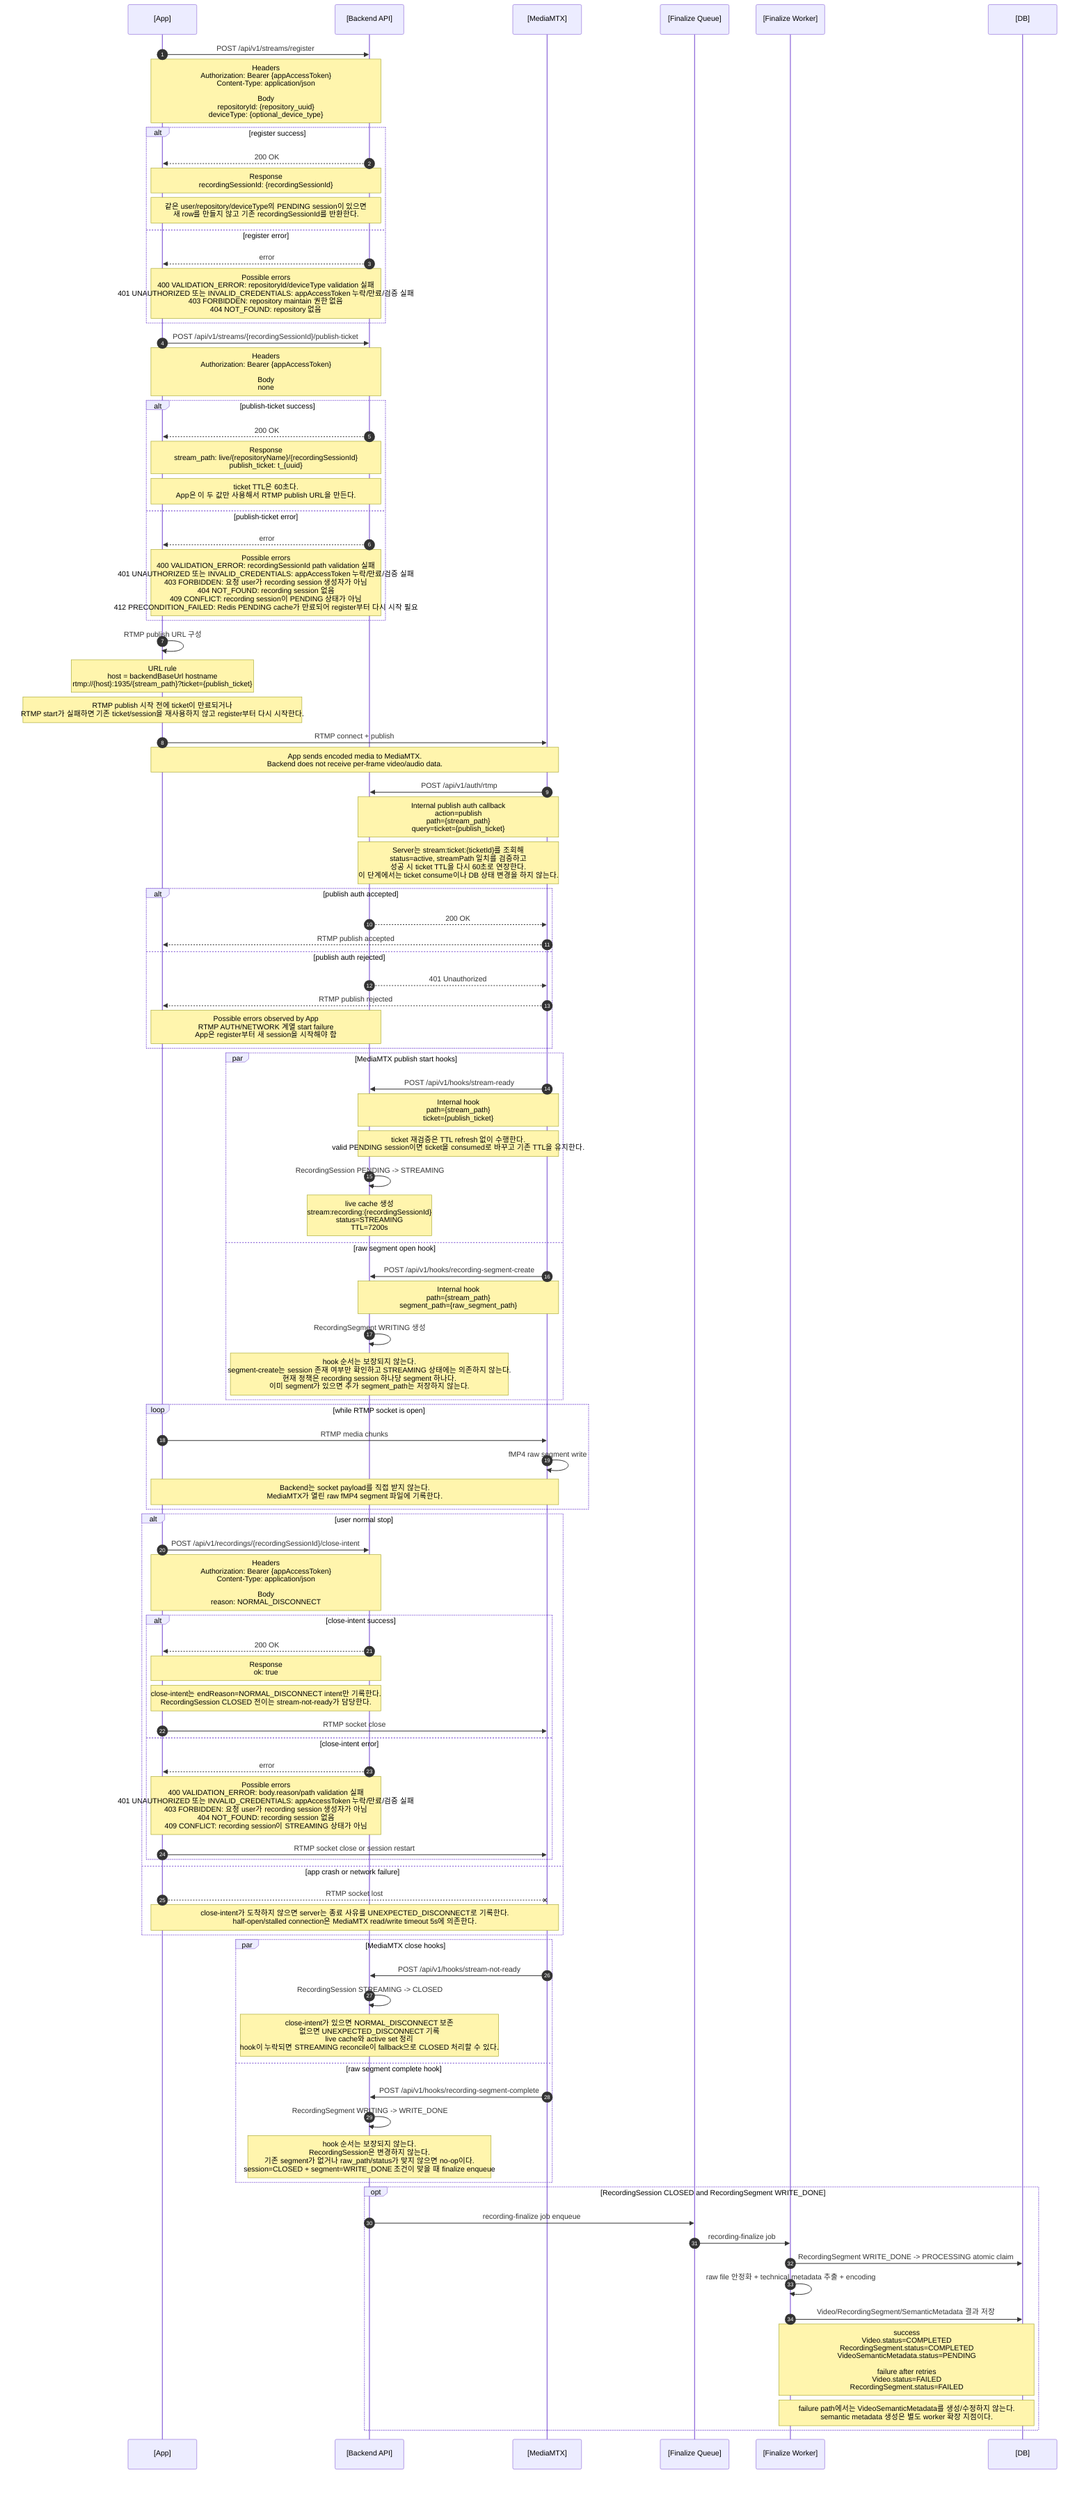
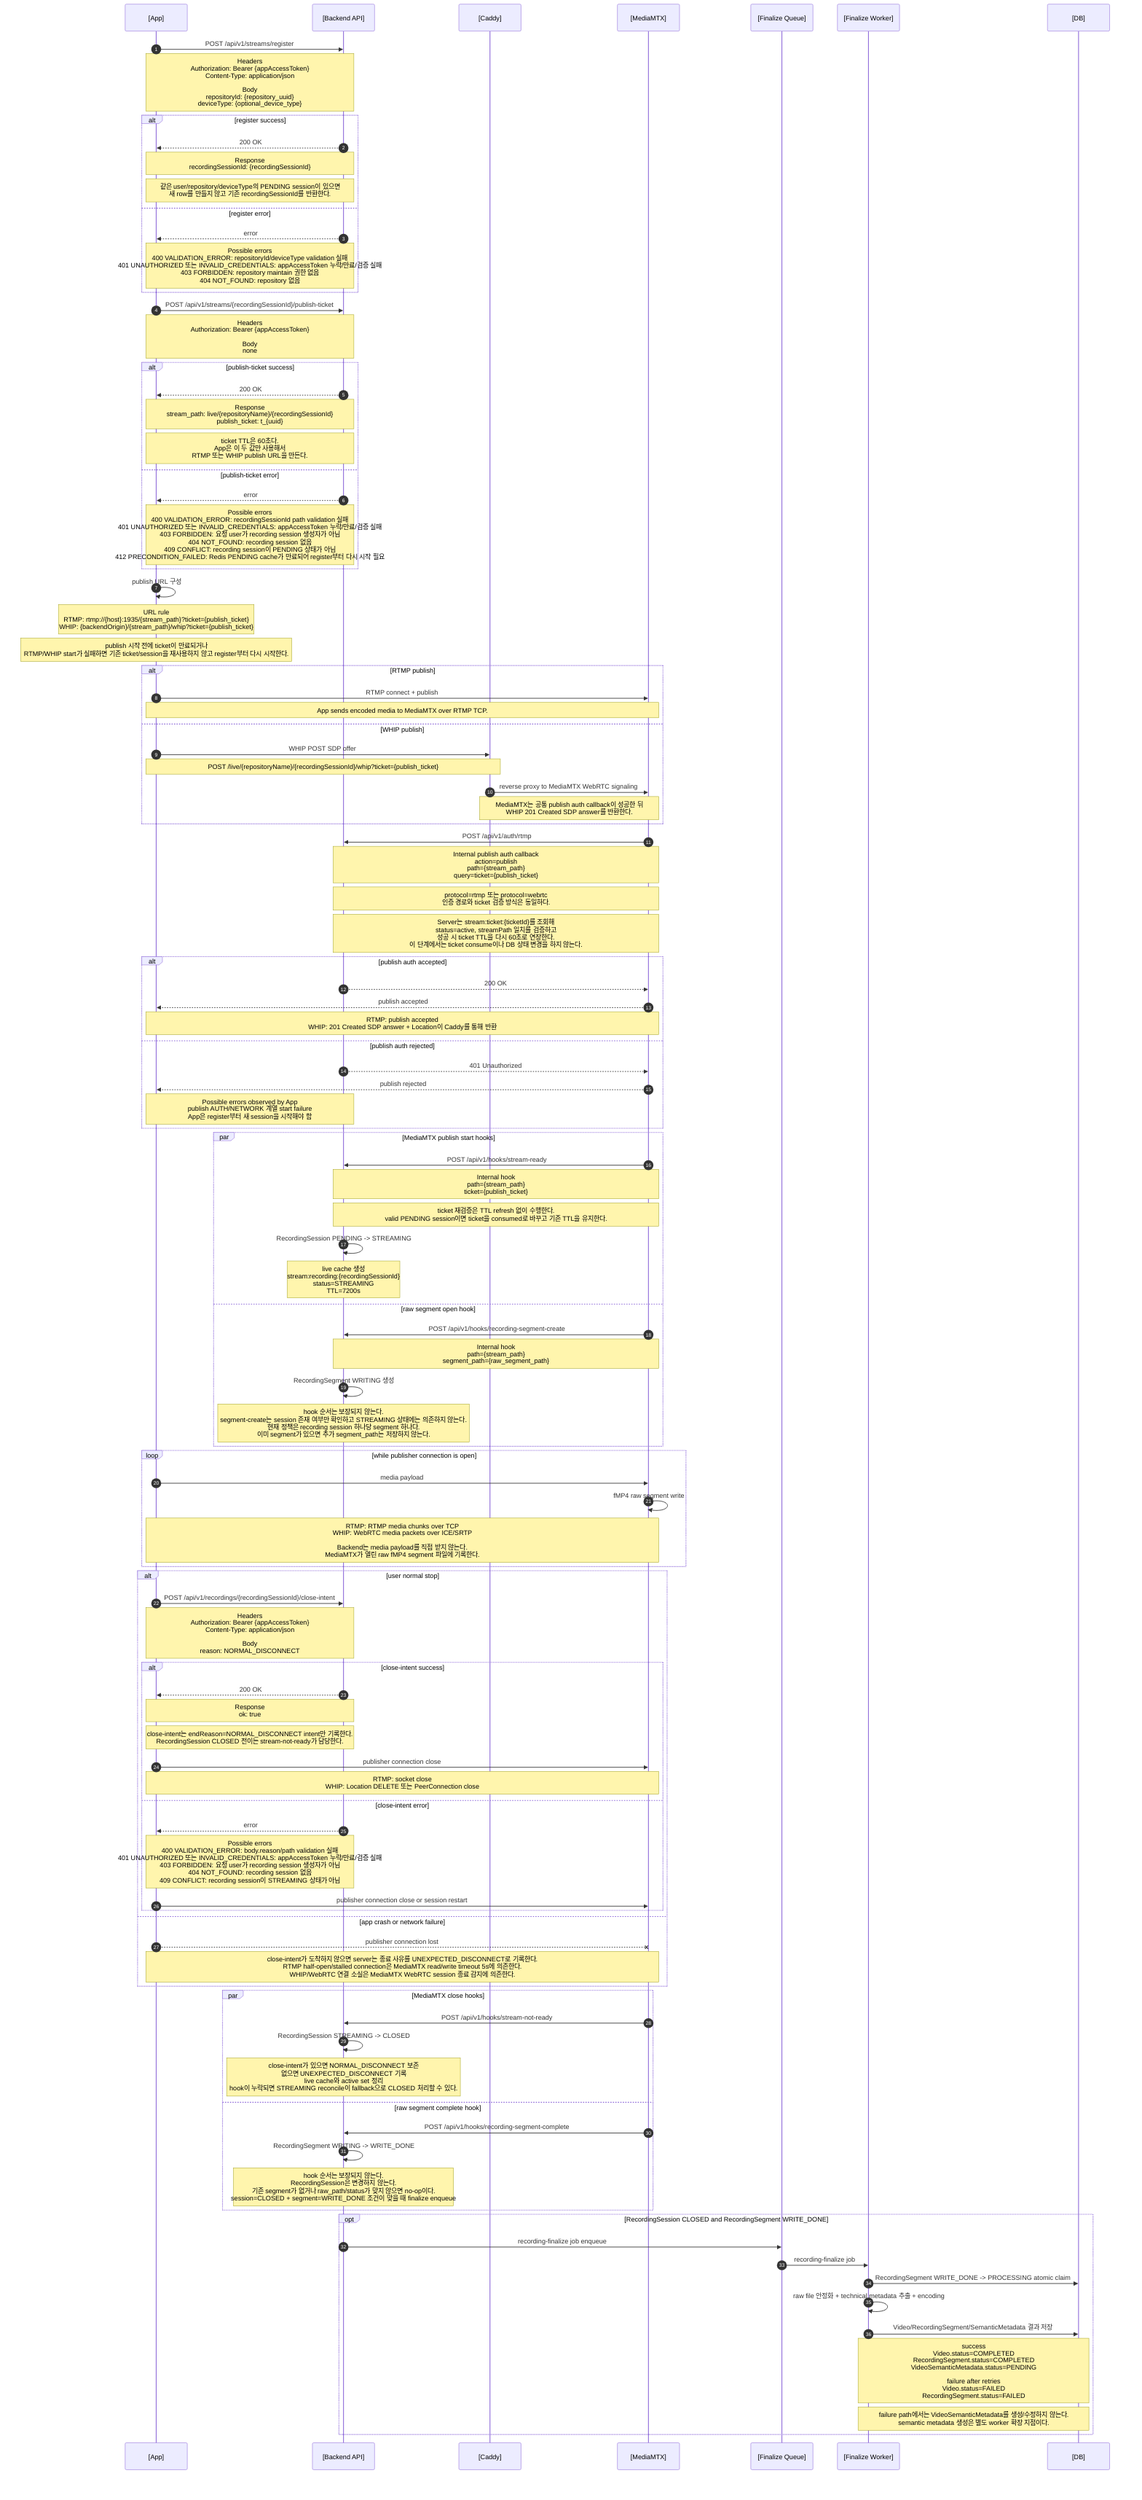
sequenceDiagram
  autonumber
  participant App as [App]
  participant Server as [Backend API]
+   participant Caddy as [Caddy]
  participant MTX as [MediaMTX]
  participant Queue as [Finalize Queue]
  participant Worker as [Finalize Worker]
  participant DB as [DB]

  App->>Server: POST /api/v1/streams/register
  Note over App,Server: Headers<br/>Authorization: Bearer {appAccessToken}<br/>Content-Type: application/json<br/><br/>Body<br/>repositoryId: {repository_uuid}<br/>deviceType: {optional_device_type}

  alt register success
    Server-->>App: 200 OK
    Note over App,Server: Response<br/>recordingSessionId: {recordingSessionId}
    Note over App,Server: 같은 user/repository/deviceType의 PENDING session이 있으면<br/>새 row를 만들지 않고 기존 recordingSessionId를 반환한다.
  else register error
    Server-->>App: error
    Note over App,Server: Possible errors<br/>400 VALIDATION_ERROR: repositoryId/deviceType validation 실패<br/>401 UNAUTHORIZED 또는 INVALID_CREDENTIALS: appAccessToken 누락/만료/검증 실패<br/>403 FORBIDDEN: repository maintain 권한 없음<br/>404 NOT_FOUND: repository 없음
  end

  App->>Server: POST /api/v1/streams/{recordingSessionId}/publish-ticket
  Note over App,Server: Headers<br/>Authorization: Bearer {appAccessToken}<br/><br/>Body<br/>none

  alt publish-ticket success
    Server-->>App: 200 OK
    Note over App,Server: Response<br/>stream_path: live/{repositoryName}/{recordingSessionId}<br/>publish_ticket: t_{uuid}
-     Note over App,Server: ticket TTL은 60초다.<br/>App은 이 두 값만 사용해서 RTMP publish URL을 만든다.
+     Note over App,Server: ticket TTL은 60초다.<br/>App은 이 두 값만 사용해서<br/>RTMP 또는 WHIP publish URL을 만든다.
  else publish-ticket error
    Server-->>App: error
    Note over App,Server: Possible errors<br/>400 VALIDATION_ERROR: recordingSessionId path validation 실패<br/>401 UNAUTHORIZED 또는 INVALID_CREDENTIALS: appAccessToken 누락/만료/검증 실패<br/>403 FORBIDDEN: 요청 user가 recording session 생성자가 아님<br/>404 NOT_FOUND: recording session 없음<br/>409 CONFLICT: recording session이 PENDING 상태가 아님<br/>412 PRECONDITION_FAILED: Redis PENDING cache가 만료되어 register부터 다시 시작 필요
  end

-   App->>App: RTMP publish URL 구성
-   Note over App: URL rule<br/>host = backendBaseUrl hostname<br/>rtmp://{host}:1935/{stream_path}?ticket={publish_ticket}
-   Note over App: RTMP publish 시작 전에 ticket이 만료되거나<br/>RTMP start가 실패하면 기존 ticket/session을 재사용하지 않고 register부터 다시 시작한다.
+   App->>App: publish URL 구성
+   Note over App: URL rule<br/>RTMP: rtmp://{host}:1935/{stream_path}?ticket={publish_ticket}<br/>WHIP: {backendOrigin}/{stream_path}/whip?ticket={publish_ticket}
+   Note over App: publish 시작 전에 ticket이 만료되거나<br/>RTMP/WHIP start가 실패하면 기존 ticket/session을 재사용하지 않고 register부터 다시 시작한다.

-   App->>MTX: RTMP connect + publish
-   Note over App,MTX: App sends encoded media to MediaMTX.<br/>Backend does not receive per-frame video/audio data.
+   alt RTMP publish
+     App->>MTX: RTMP connect + publish
+     Note over App,MTX: App sends encoded media to MediaMTX over RTMP TCP.
+   else WHIP publish
+     App->>Caddy: WHIP POST SDP offer
+     Note over App,Caddy: POST /live/{repositoryName}/{recordingSessionId}/whip?ticket={publish_ticket}
+     Caddy->>MTX: reverse proxy to MediaMTX WebRTC signaling
+     Note over Caddy,MTX: MediaMTX는 공통 publish auth callback이 성공한 뒤<br/>WHIP 201 Created SDP answer를 반환한다.
+   end

  MTX->>Server: POST /api/v1/auth/rtmp
  Note over MTX,Server: Internal publish auth callback<br/>action=publish<br/>path={stream_path}<br/>query=ticket={publish_ticket}
+   Note over MTX,Server: protocol=rtmp 또는 protocol=webrtc<br/>인증 경로와 ticket 검증 방식은 동일하다.
  Note over MTX,Server: Server는 stream:ticket:{ticketId}를 조회해<br/>status=active, streamPath 일치를 검증하고<br/>성공 시 ticket TTL을 다시 60초로 연장한다.<br/>이 단계에서는 ticket consume이나 DB 상태 변경을 하지 않는다.

  alt publish auth accepted
    Server-->>MTX: 200 OK
-     MTX-->>App: RTMP publish accepted
+     MTX-->>App: publish accepted
+     Note over MTX,App: RTMP: publish accepted<br/>WHIP: 201 Created SDP answer + Location이 Caddy를 통해 반환
  else publish auth rejected
    Server-->>MTX: 401 Unauthorized
-     MTX-->>App: RTMP publish rejected
-     Note over App,Server: Possible errors observed by App<br/>RTMP AUTH/NETWORK 계열 start failure<br/>App은 register부터 새 session을 시작해야 함
+     MTX-->>App: publish rejected
+     Note over App,Server: Possible errors observed by App<br/>publish AUTH/NETWORK 계열 start failure<br/>App은 register부터 새 session을 시작해야 함
  end

  par MediaMTX publish start hooks
    MTX->>Server: POST /api/v1/hooks/stream-ready
    Note over MTX,Server: Internal hook<br/>path={stream_path}<br/>ticket={publish_ticket}
    Note over MTX,Server: ticket 재검증은 TTL refresh 없이 수행한다.<br/>valid PENDING session이면 ticket을 consumed로 바꾸고 기존 TTL을 유지한다.
    Server->>Server: RecordingSession PENDING -> STREAMING
    Note over Server: live cache 생성<br/>stream:recording:{recordingSessionId}<br/>status=STREAMING<br/>TTL=7200s
  and raw segment open hook
    MTX->>Server: POST /api/v1/hooks/recording-segment-create
    Note over MTX,Server: Internal hook<br/>path={stream_path}<br/>segment_path={raw_segment_path}
    Server->>Server: RecordingSegment WRITING 생성
    Note over Server: hook 순서는 보장되지 않는다.<br/>segment-create는 session 존재 여부만 확인하고 STREAMING 상태에는 의존하지 않는다.<br/>현재 정책은 recording session 하나당 segment 하나다.<br/>이미 segment가 있으면 추가 segment_path는 저장하지 않는다.
  end

-   loop while RTMP socket is open
-     App->>MTX: RTMP media chunks
+   loop while publisher connection is open
+     App->>MTX: media payload
    MTX->>MTX: fMP4 raw segment write
-     Note over App,MTX: Backend는 socket payload를 직접 받지 않는다.<br/>MediaMTX가 열린 raw fMP4 segment 파일에 기록한다.
+     Note over App,MTX: RTMP: RTMP media chunks over TCP<br/>WHIP: WebRTC media packets over ICE/SRTP<br/><br/>Backend는 media payload를 직접 받지 않는다.<br/>MediaMTX가 열린 raw fMP4 segment 파일에 기록한다.
  end

  alt user normal stop
    App->>Server: POST /api/v1/recordings/{recordingSessionId}/close-intent
    Note over App,Server: Headers<br/>Authorization: Bearer {appAccessToken}<br/>Content-Type: application/json<br/><br/>Body<br/>reason: NORMAL_DISCONNECT

    alt close-intent success
      Server-->>App: 200 OK
      Note over App,Server: Response<br/>ok: true
      Note over App,Server: close-intent는 endReason=NORMAL_DISCONNECT intent만 기록한다.<br/>RecordingSession CLOSED 전이는 stream-not-ready가 담당한다.
-       App->>MTX: RTMP socket close
+       App->>MTX: publisher connection close
+       Note over App,MTX: RTMP: socket close<br/>WHIP: Location DELETE 또는 PeerConnection close
    else close-intent error
      Server-->>App: error
      Note over App,Server: Possible errors<br/>400 VALIDATION_ERROR: body.reason/path validation 실패<br/>401 UNAUTHORIZED 또는 INVALID_CREDENTIALS: appAccessToken 누락/만료/검증 실패<br/>403 FORBIDDEN: 요청 user가 recording session 생성자가 아님<br/>404 NOT_FOUND: recording session 없음<br/>409 CONFLICT: recording session이 STREAMING 상태가 아님
-       App->>MTX: RTMP socket close or session restart
+       App->>MTX: publisher connection close or session restart
    end
  else app crash or network failure
-     App--xMTX: RTMP socket lost
-     Note over App,MTX: close-intent가 도착하지 않으면 server는 종료 사유를 UNEXPECTED_DISCONNECT로 기록한다.<br/>half-open/stalled connection은 MediaMTX read/write timeout 5s에 의존한다.
+     App--xMTX: publisher connection lost
+     Note over App,MTX: close-intent가 도착하지 않으면 server는 종료 사유를 UNEXPECTED_DISCONNECT로 기록한다.<br/>RTMP half-open/stalled connection은 MediaMTX read/write timeout 5s에 의존한다.<br/>WHIP/WebRTC 연결 소실은 MediaMTX WebRTC session 종료 감지에 의존한다.
  end

  par MediaMTX close hooks
    MTX->>Server: POST /api/v1/hooks/stream-not-ready
    Server->>Server: RecordingSession STREAMING -> CLOSED
    Note over Server: close-intent가 있으면 NORMAL_DISCONNECT 보존<br/>없으면 UNEXPECTED_DISCONNECT 기록<br/>live cache와 active set 정리<br/>hook이 누락되면 STREAMING reconcile이 fallback으로 CLOSED 처리할 수 있다.
  and raw segment complete hook
    MTX->>Server: POST /api/v1/hooks/recording-segment-complete
    Server->>Server: RecordingSegment WRITING -> WRITE_DONE
    Note over Server: hook 순서는 보장되지 않는다.<br/>RecordingSession은 변경하지 않는다.<br/>기존 segment가 없거나 raw_path/status가 맞지 않으면 no-op이다.<br/>session=CLOSED + segment=WRITE_DONE 조건이 맞을 때 finalize enqueue
  end

  opt RecordingSession CLOSED and RecordingSegment WRITE_DONE
    Server->>Queue: recording-finalize job enqueue
    Queue->>Worker: recording-finalize job
    Worker->>DB: RecordingSegment WRITE_DONE -> PROCESSING atomic claim
    Worker->>Worker: raw file 안정화 + technical metadata 추출 + encoding
    Worker->>DB: Video/RecordingSegment/SemanticMetadata 결과 저장
    Note over Worker,DB: success<br/>Video.status=COMPLETED<br/>RecordingSegment.status=COMPLETED<br/>VideoSemanticMetadata.status=PENDING<br/><br/>failure after retries<br/>Video.status=FAILED<br/>RecordingSegment.status=FAILED
    Note over Worker,DB: failure path에서는 VideoSemanticMetadata를 생성/수정하지 않는다.<br/>semantic metadata 생성은 별도 worker 확장 지점이다.
  end

%% 참고:
%% 이 문서는 App과 server-side streaming system 사이의 계약을 한 장으로 요약한다.
%% MediaMTX와 Finalize Worker는 server-side component이며, App이 직접 호출하는 HTTP API는 아니다.
%% 공통 error body shape:
%% { "error": { "code": "{ERROR_CODE}", "message": "{human_readable_message}", "details": {optional_details} } }
%% HTTP status code는 AppError.statusCode 또는 validation/auth middleware에서 결정된다.
%% App 계약:
%% App이 직접 호출하는 streaming HTTP API는 register, publish-ticket, close-intent다.
%% MediaMTX auth callback, MediaMTX hooks, finalize worker는 server-side 내부 흐름이며 App이 직접 호출하지 않는다.
- %% App은 publish-ticket 응답의 stream_path와 publish_ticket만 사용해 RTMP publish URL을 만든다.
- %% publish_ticket TTL은 60초이며, RTMP publish auth 성공 시 TTL이 60초로 refresh된다.
+ %% App은 publish-ticket 응답의 stream_path와 publish_ticket만 사용해 RTMP 또는 WHIP publish URL을 만든다.
+ %% publish_ticket TTL은 60초이며, publish auth 성공 시 TTL이 60초로 refresh된다.
%% stream-ready hook은 ticket을 consumed로 바꾸지만 TTL은 연장하지 않는다.
%% RTMP URL은 backendBaseUrl hostname, port 1935, returned stream_path, returned publish_ticket으로 구성한다.
- %% RTMP auth/start 실패 또는 publish_ticket 만료가 의심되면 App은 기존 값들을 버리고 register부터 다시 시작한다.
- %% App은 열린 RTMP publisher socket으로 encoded video/audio payload를 MediaMTX에 전송한다.
+ %% WHIP URL은 backend origin, returned stream_path, /whip suffix, returned publish_ticket으로 구성한다.
+ %% RTMP/WHIP auth/start 실패 또는 publish_ticket 만료가 의심되면 App은 기존 값들을 버리고 register부터 다시 시작한다.
+ %% App은 열린 RTMP publisher socket 또는 WebRTC peer connection으로 encoded video/audio payload를 MediaMTX에 전송한다.
%% Backend는 per-frame video/audio data를 받지 않고 MediaMTX hook 이벤트와 worker job만 처리한다.
%% stream-ready hook과 recording-segment-create hook의 호출 순서는 보장되지 않는다.
%% App은 legacy POST /api/v1/recordings/{recordingSessionId}/stop API를 호출하지 않는다.
- %% App의 stop 버튼은 RTMP publisher connection을 바로 닫기 전에
+ %% App의 stop 버튼은 publisher connection을 바로 닫기 전에
%% POST /api/v1/recordings/{recordingSessionId}/close-intent 를 호출해야 한다.
%% close-intent body는 { "reason": "NORMAL_DISCONNECT" } 만 보낸다.
- %% close-intent 200 OK 이후 RTMP publisher connection을 정상 close한다.
+ %% close-intent 200 OK 이후 RTMP publisher connection 또는 WHIP session을 정상 close한다.
%% close-intent는 RecordingSession.status를 바꾸지 않는 STREAMING self-loop이다.
%% close-intent가 실패했는데 App이 socket을 닫으면 해당 종료는 UNEXPECTED_DISCONNECT로 기록될 수 있다.
%% close-intent가 먼저 도착한 경우 stream-not-ready는 NORMAL_DISCONNECT를 보존한다.
%% close-intent 호출 실패 또는 app crash/network failure로 close-intent가 누락되면
%% Backend는 stream-not-ready/reconcile 시 UNEXPECTED_DISCONNECT로 기록한다.
%% half-open/stalled RTMP connection은 MediaMTX readTimeout/writeTimeout 5s 이후 종료로 감지될 수 있다.
+ %% WHIP/WebRTC connection loss는 MediaMTX WebRTC session 종료 감지와 ICE/network 상태에 의존한다.
%% MediaMTX stream-not-ready hook payload만으로 정상 close와 crash/reset/timeout을 정확히 구분하지 않는다.
%% App은 streaming 재시작 시 기존 recordingSessionId나 publish_ticket을 직접 재사용하지 않고 register부터 다시 호출한다.
- %% register 이후 RTMP publish 전에 이탈했다면 같은 PENDING session이 재사용될 수 있다.
+ %% register 이후 publish 전에 이탈했다면 같은 PENDING session이 재사용될 수 있다.
%% PENDING session이 재사용되더라도 이전 publish_ticket은 버리고 새 publish-ticket을 발급받아 사용한다.
- %% RTMP publish 이후 STREAMING이 된 session은 재사용하지 않으며, 새 register는 새 PENDING session을 만든다.
+ %% publish 이후 STREAMING이 된 session은 재사용하지 않으며, 새 register는 새 PENDING session을 만든다.
%% App은 단일 streaming session의 최장 길이를 30분으로 제한한다. 이 제한은 backend가 강제하지 않는 app contract다.
%% 현재 구조에서는 App이 단일 recording session을 짧게 유지하는 전제이므로 정상 흐름의 segment rollover는 App 계약에서 다루지 않는다.
%% Backend도 recording session 하나당 RecordingSegment 하나만 저장한다.
%% finalize enqueue는 RecordingSession.status=CLOSED이고 RecordingSegment.status=WRITE_DONE일 때만 발생한다.
%% Video.status=COMPLETED는 playable artifact 생성 완료를 의미한다.
%% semantic metadata는 별도 video_semantic_metadata row에서 PENDING으로 시작하며 App streaming flow의 완료 조건이 아니다.
%% 상세 register 흐름은 .mermaid/1.register.mmd를 참고한다.
%% 상세 publish-ticket 흐름은 .mermaid/2.publish-ticket.mmd를 참고한다.
%% 상세 RTMP publish 인증 및 stream-ready 흐름은 .mermaid/3.rtmp-publish.mmd를 참고한다.
%% 상세 RTMP media 전송, hook race, finalize retry 흐름은 .mermaid/4.rtmp-stream.mmd를 참고한다.
+ %% 상세 WHIP publish 인증 및 stream-ready 흐름은 .mermaid/3.whip-publish.mmd를 참고한다.
+ %% 상세 WHIP media 전송, hook race, finalize retry 흐름은 .mermaid/4.whip-stream.mmd를 참고한다.
%% 상세 video processing 및 semantic metadata 확장 지점은 .mermaid/5.video-processing.mmd를 참고한다.
%% RTMP connection closure 정책은 .mermaid/rtmp-connection-closure.mmd를 참고한다.
